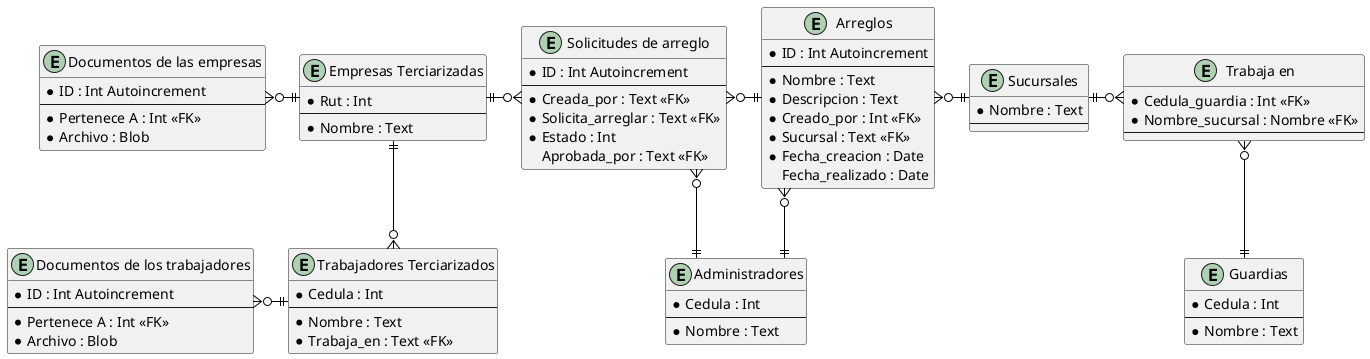
Above: diagramas/Base_de_datos/Diagrama_de_la_Base_de_datos.png in Arcemist/ProyectoUTU (PlantUML), before the change.
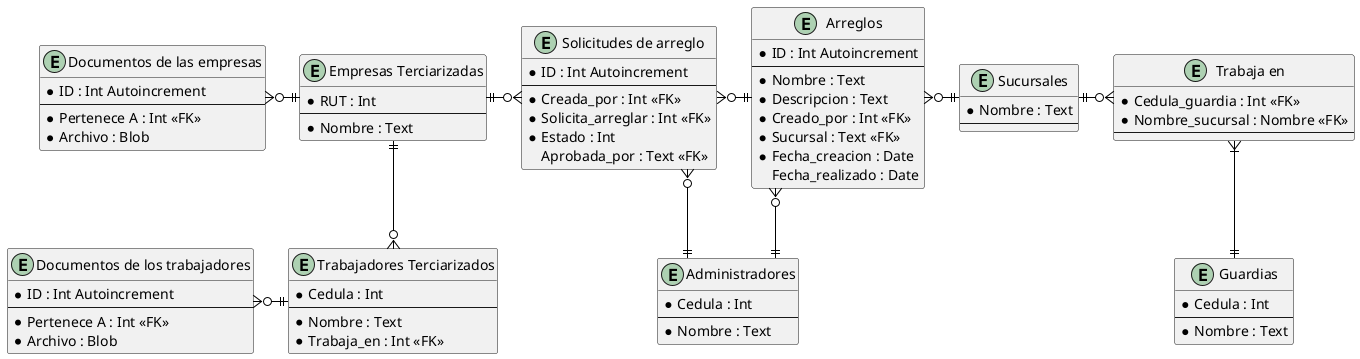
The same file after the commit.

Commit message:
Actualize el diagrama para que las claves foreaneas esten bien

What changed in the source:
```diff
@@ -36,7 +36,7 @@
 }
 
 entity "Empresas Terciarizadas" {
-	* Rut : Int
+	* RUT : Int
 	--
 	* Nombre : Text
 }
@@ -52,7 +52,7 @@
 	* Cedula : Int
 	--
 	* Nombre : Text
-	* Trabaja_en : Text <<FK>>
+	* Trabaja_en : Int <<FK>>
 }
 
 entity "Documentos de los trabajadores" {
@@ -76,14 +76,14 @@
 entity "Solicitudes de arreglo" {
 	* ID : Int Autoincrement
 	--
-	* Creada_por : Text <<FK>>
-	* Solicita_arreglar : Text <<FK>>
+	* Creada_por : Int <<FK>>
+	* Solicita_arreglar : Int <<FK>>
 	* Estado : Int
 	Aprobada_por : Text <<FK>>
 }
 
 "Sucursales" ||-r-o{ "Trabaja en"
-"Guardias" ||-u-o{ "Trabaja en"
+"Guardias" ||-u-|{ "Trabaja en"
 "Administradores" ||-u-o{ "Arreglos"
 "Administradores" ||-u-o{ "Solicitudes de arreglo"
 "Arreglos" }o-r-||"Sucursales"
```
